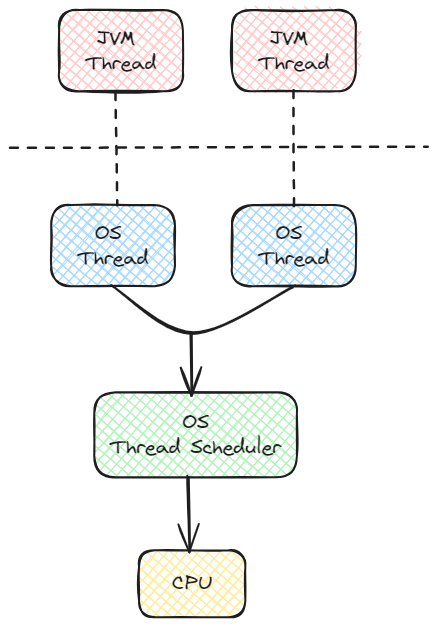
swaroopar/inprogress-engineer keeps this Excalidraw diagram as static/img/java-thread-os-thread.excalidraw.png. Above is the earlier version. Source tidied: one line per element, renumbered; positions are measured from the earlier drawing's top-left corner, leaving out a move shared by most shapes. The source it was exported from:
```json
{"id": 0, "type": "rectangle", "strokeColor": "#1e1e1e", "backgroundColor": "#ffc9c9", "fillStyle": "cross-hatch", "strokeWidth": 2, "roughness": 1, "round": true, "x": 49, "y": 0, "width": 124, "height": 81}
{"id": 1, "type": "text", "text": "JVM \nThread", "strokeColor": "#1e1e1e", "strokeWidth": 2, "roughness": 1, "fontSize": 20, "fontFamily": 1, "textAlign": "center", "verticalAlign": "middle", "inside": 0, "x": 76, "y": 16, "width": 70, "height": 50}
{"id": 2, "type": "line", "strokeColor": "#1e1e1e", "strokeWidth": 2, "strokeStyle": "dashed", "roughness": 1, "round": true, "x": 0, "y": 138, "width": 419, "height": 0, "points": [[0, 0], [419, 0]]}
{"id": 3, "type": "rectangle", "strokeColor": "#1e1e1e", "backgroundColor": "#a5d8ff", "fillStyle": "cross-hatch", "strokeWidth": 2, "roughness": 1, "round": true, "x": 41, "y": 195, "width": 124, "height": 81}
{"id": 4, "type": "text", "text": "OS \nThread", "strokeColor": "#1e1e1e", "strokeWidth": 2, "roughness": 1, "fontSize": 20, "fontFamily": 1, "textAlign": "center", "verticalAlign": "middle", "inside": 3, "x": 68, "y": 211, "width": 70, "height": 50}
{"id": 5, "type": "rectangle", "strokeColor": "#1e1e1e", "backgroundColor": "#ffc9c9", "fillStyle": "cross-hatch", "strokeWidth": 2, "roughness": 1, "round": true, "x": 222, "y": 0, "width": 124, "height": 81}
{"id": 6, "type": "text", "text": "JVM \nThread", "strokeColor": "#1e1e1e", "strokeWidth": 2, "roughness": 1, "fontSize": 20, "fontFamily": 1, "textAlign": "center", "verticalAlign": "middle", "inside": 5, "x": 249, "y": 16, "width": 70, "height": 50}
{"id": 7, "type": "rectangle", "strokeColor": "#1e1e1e", "backgroundColor": "#a5d8ff", "fillStyle": "cross-hatch", "strokeWidth": 2, "roughness": 1, "round": true, "x": 222, "y": 195, "width": 124, "height": 81}
{"id": 8, "type": "text", "text": "OS \nThread", "strokeColor": "#1e1e1e", "strokeWidth": 2, "roughness": 1, "fontSize": 20, "fontFamily": 1, "textAlign": "center", "verticalAlign": "middle", "inside": 7, "x": 249, "y": 211, "width": 70, "height": 50}
{"id": 9, "type": "line", "strokeColor": "#1e1e1e", "strokeWidth": 2, "strokeStyle": "dashed", "roughness": 1, "round": true, "x": 107, "y": 82, "width": 0, "height": 113, "points": [[0, 0], [0, 113]]}
{"id": 10, "type": "line", "strokeColor": "#1e1e1e", "strokeWidth": 2, "strokeStyle": "dashed", "roughness": 1, "round": true, "x": 285, "y": 81, "width": 0, "height": 115, "points": [[0, 0], [0, 115]]}
{"id": 11, "type": "arrow", "strokeColor": "#1e1e1e", "strokeWidth": 2, "roughness": 1, "round": true, "from": 3, "to": 7, "x": 102, "y": 277, "width": 182, "height": 46, "points": [[0, 0], [81, 46], [182, 0]]}
{"id": 12, "type": "rectangle", "strokeColor": "#1e1e1e", "backgroundColor": "#b2f2bb", "fillStyle": "cross-hatch", "strokeWidth": 2, "roughness": 1, "round": true, "x": 84, "y": 382, "width": 203, "height": 85}
{"id": 13, "type": "text", "text": "OS\nThread Scheduler", "strokeColor": "#1e1e1e", "strokeWidth": 2, "roughness": 1, "fontSize": 20, "fontFamily": 1, "textAlign": "center", "verticalAlign": "middle", "inside": 12, "x": 100, "y": 400, "width": 171, "height": 50}
{"id": 14, "type": "arrow", "strokeColor": "#1e1e1e", "strokeWidth": 2, "roughness": 1, "endArrowhead": "arrow", "round": true, "x": 182, "y": 324, "width": 0, "height": 61, "points": [[0, 0], [0, 61]]}
{"id": 15, "type": "rectangle", "strokeColor": "#1e1e1e", "backgroundColor": "#ffec99", "fillStyle": "cross-hatch", "strokeWidth": 2, "roughness": 1, "round": true, "x": 129, "y": 540, "width": 106, "height": 67}
{"id": 16, "type": "text", "text": "CPU", "strokeColor": "#1e1e1e", "strokeWidth": 2, "roughness": 1, "fontSize": 20, "fontFamily": 1, "textAlign": "center", "verticalAlign": "middle", "inside": 15, "x": 162, "y": 561, "width": 40, "height": 25}
{"id": 17, "type": "arrow", "strokeColor": "#1e1e1e", "strokeWidth": 2, "roughness": 1, "endArrowhead": "arrow", "round": true, "x": 179, "y": 468, "width": 0, "height": 74, "points": [[0, 0], [0, 74]]}
```
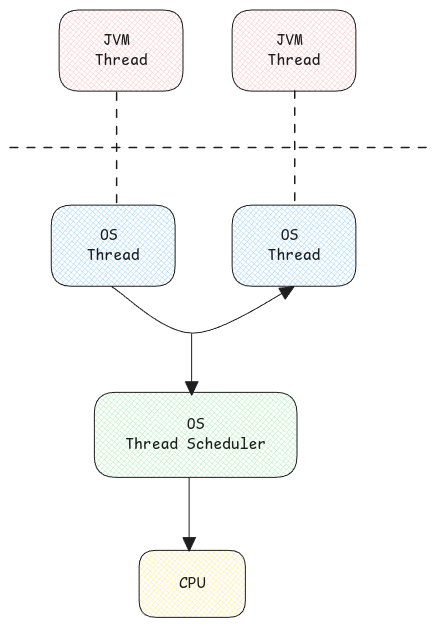
Above is the later version.

Diff of the diagram source:
```diff
@@ -1,18 +1,18 @@
-{"id": 0, "type": "rectangle", "strokeColor": "#1e1e1e", "backgroundColor": "#ffc9c9", "fillStyle": "cross-hatch", "strokeWidth": 2, "roughness": 1, "round": true, "x": 49, "y": 0, "width": 124, "height": 81}
+{"id": 0, "type": "rectangle", "strokeColor": "#1e1e1e", "backgroundColor": "#ffc9c9", "fillStyle": "cross-hatch", "strokeWidth": 1, "roughness": 0, "round": true, "x": 49, "y": 0, "width": 124, "height": 81}
-{"id": 1, "type": "text", "text": "JVM \nThread", "strokeColor": "#1e1e1e", "strokeWidth": 2, "roughness": 1, "fontSize": 20, "fontFamily": 1, "textAlign": "center", "verticalAlign": "middle", "inside": 0, "x": 76, "y": 16, "width": 70, "height": 50}
+{"id": 1, "type": "text", "text": "JVM \nThread", "strokeColor": "#1e1e1e", "strokeWidth": 2, "roughness": 1, "fontSize": 16, "fontFamily": 8, "textAlign": "center", "verticalAlign": "middle", "inside": 0, "x": 85, "y": 21, "width": 53, "height": 40}
-{"id": 2, "type": "line", "strokeColor": "#1e1e1e", "strokeWidth": 2, "strokeStyle": "dashed", "roughness": 1, "round": true, "x": 0, "y": 138, "width": 419, "height": 0, "points": [[0, 0], [419, 0]]}
+{"id": 2, "type": "line", "strokeColor": "#1e1e1e", "strokeWidth": 1, "strokeStyle": "dashed", "roughness": 0, "endArrowhead": "triangle", "round": true, "x": 0, "y": 138, "width": 419, "height": 0, "points": [[0, 0], [419, 0]]}
-{"id": 3, "type": "rectangle", "strokeColor": "#1e1e1e", "backgroundColor": "#a5d8ff", "fillStyle": "cross-hatch", "strokeWidth": 2, "roughness": 1, "round": true, "x": 41, "y": 195, "width": 124, "height": 81}
+{"id": 3, "type": "rectangle", "strokeColor": "#1e1e1e", "backgroundColor": "#a5d8ff", "fillStyle": "cross-hatch", "strokeWidth": 1, "roughness": 0, "round": true, "x": 41, "y": 195, "width": 124, "height": 81}
-{"id": 4, "type": "text", "text": "OS \nThread", "strokeColor": "#1e1e1e", "strokeWidth": 2, "roughness": 1, "fontSize": 20, "fontFamily": 1, "textAlign": "center", "verticalAlign": "middle", "inside": 3, "x": 68, "y": 211, "width": 70, "height": 50}
+{"id": 4, "type": "text", "text": "OS \nThread", "strokeColor": "#1e1e1e", "strokeWidth": 2, "roughness": 1, "fontSize": 16, "fontFamily": 8, "textAlign": "center", "verticalAlign": "middle", "inside": 3, "x": 77, "y": 216, "width": 53, "height": 40}
-{"id": 5, "type": "rectangle", "strokeColor": "#1e1e1e", "backgroundColor": "#ffc9c9", "fillStyle": "cross-hatch", "strokeWidth": 2, "roughness": 1, "round": true, "x": 222, "y": 0, "width": 124, "height": 81}
+{"id": 5, "type": "rectangle", "strokeColor": "#1e1e1e", "backgroundColor": "#ffc9c9", "fillStyle": "cross-hatch", "strokeWidth": 1, "roughness": 0, "round": true, "x": 222, "y": 0, "width": 124, "height": 81}
-{"id": 6, "type": "text", "text": "JVM \nThread", "strokeColor": "#1e1e1e", "strokeWidth": 2, "roughness": 1, "fontSize": 20, "fontFamily": 1, "textAlign": "center", "verticalAlign": "middle", "inside": 5, "x": 249, "y": 16, "width": 70, "height": 50}
+{"id": 6, "type": "text", "text": "JVM \nThread", "strokeColor": "#1e1e1e", "strokeWidth": 2, "roughness": 1, "fontSize": 16, "fontFamily": 8, "textAlign": "center", "verticalAlign": "middle", "inside": 5, "x": 258, "y": 21, "width": 53, "height": 40}
-{"id": 7, "type": "rectangle", "strokeColor": "#1e1e1e", "backgroundColor": "#a5d8ff", "fillStyle": "cross-hatch", "strokeWidth": 2, "roughness": 1, "round": true, "x": 222, "y": 195, "width": 124, "height": 81}
+{"id": 7, "type": "rectangle", "strokeColor": "#1e1e1e", "backgroundColor": "#a5d8ff", "fillStyle": "cross-hatch", "strokeWidth": 1, "roughness": 0, "round": true, "x": 222, "y": 195, "width": 124, "height": 81}
-{"id": 8, "type": "text", "text": "OS \nThread", "strokeColor": "#1e1e1e", "strokeWidth": 2, "roughness": 1, "fontSize": 20, "fontFamily": 1, "textAlign": "center", "verticalAlign": "middle", "inside": 7, "x": 249, "y": 211, "width": 70, "height": 50}
+{"id": 8, "type": "text", "text": "OS \nThread", "strokeColor": "#1e1e1e", "strokeWidth": 2, "roughness": 1, "fontSize": 16, "fontFamily": 8, "textAlign": "center", "verticalAlign": "middle", "inside": 7, "x": 258, "y": 216, "width": 53, "height": 40}
-{"id": 9, "type": "line", "strokeColor": "#1e1e1e", "strokeWidth": 2, "strokeStyle": "dashed", "roughness": 1, "round": true, "x": 107, "y": 82, "width": 0, "height": 113, "points": [[0, 0], [0, 113]]}
+{"id": 9, "type": "line", "strokeColor": "#1e1e1e", "strokeWidth": 1, "strokeStyle": "dashed", "roughness": 0, "endArrowhead": "triangle", "round": true, "x": 107, "y": 82, "width": 0, "height": 113, "points": [[0, 0], [0, 113]]}
-{"id": 10, "type": "line", "strokeColor": "#1e1e1e", "strokeWidth": 2, "strokeStyle": "dashed", "roughness": 1, "round": true, "x": 285, "y": 81, "width": 0, "height": 115, "points": [[0, 0], [0, 115]]}
+{"id": 10, "type": "line", "strokeColor": "#1e1e1e", "strokeWidth": 1, "strokeStyle": "dashed", "roughness": 0, "endArrowhead": "triangle", "round": true, "x": 285, "y": 81, "width": 0, "height": 115, "points": [[0, 0], [0, 115]]}
-{"id": 11, "type": "arrow", "strokeColor": "#1e1e1e", "strokeWidth": 2, "roughness": 1, "round": true, "from": 3, "to": 7, "x": 102, "y": 277, "width": 182, "height": 46, "points": [[0, 0], [81, 46], [182, 0]]}
+{"id": 11, "type": "arrow", "strokeColor": "#1e1e1e", "strokeWidth": 1, "roughness": 0, "endArrowhead": "triangle", "round": true, "from": 3, "to": 7, "x": 102, "y": 277, "width": 182, "height": 46, "points": [[0, 0], [81, 46], [182, 0]]}
-{"id": 12, "type": "rectangle", "strokeColor": "#1e1e1e", "backgroundColor": "#b2f2bb", "fillStyle": "cross-hatch", "strokeWidth": 2, "roughness": 1, "round": true, "x": 84, "y": 382, "width": 203, "height": 85}
+{"id": 12, "type": "rectangle", "strokeColor": "#1e1e1e", "backgroundColor": "#b2f2bb", "fillStyle": "cross-hatch", "strokeWidth": 1, "roughness": 0, "round": true, "x": 84, "y": 382, "width": 203, "height": 85}
-{"id": 13, "type": "text", "text": "OS\nThread Scheduler", "strokeColor": "#1e1e1e", "strokeWidth": 2, "roughness": 1, "fontSize": 20, "fontFamily": 1, "textAlign": "center", "verticalAlign": "middle", "inside": 12, "x": 100, "y": 400, "width": 171, "height": 50}
+{"id": 13, "type": "text", "text": "OS\nThread Scheduler", "strokeColor": "#1e1e1e", "strokeWidth": 2, "roughness": 1, "fontSize": 16, "fontFamily": 8, "textAlign": "center", "verticalAlign": "middle", "inside": 12, "x": 115, "y": 405, "width": 141, "height": 40}
-{"id": 14, "type": "arrow", "strokeColor": "#1e1e1e", "strokeWidth": 2, "roughness": 1, "endArrowhead": "arrow", "round": true, "x": 182, "y": 324, "width": 0, "height": 61, "points": [[0, 0], [0, 61]]}
+{"id": 14, "type": "arrow", "strokeColor": "#1e1e1e", "strokeWidth": 1, "roughness": 0, "endArrowhead": "triangle", "round": true, "x": 182, "y": 324, "width": 0, "height": 61, "points": [[0, 0], [0, 61]]}
-{"id": 15, "type": "rectangle", "strokeColor": "#1e1e1e", "backgroundColor": "#ffec99", "fillStyle": "cross-hatch", "strokeWidth": 2, "roughness": 1, "round": true, "x": 129, "y": 540, "width": 106, "height": 67}
+{"id": 15, "type": "rectangle", "strokeColor": "#1e1e1e", "backgroundColor": "#ffec99", "fillStyle": "cross-hatch", "strokeWidth": 1, "roughness": 0, "round": true, "x": 129, "y": 540, "width": 106, "height": 67}
-{"id": 16, "type": "text", "text": "CPU", "strokeColor": "#1e1e1e", "strokeWidth": 2, "roughness": 1, "fontSize": 20, "fontFamily": 1, "textAlign": "center", "verticalAlign": "middle", "inside": 15, "x": 162, "y": 561, "width": 40, "height": 25}
+{"id": 16, "type": "text", "text": "CPU", "strokeColor": "#1e1e1e", "strokeWidth": 2, "roughness": 1, "fontSize": 16, "fontFamily": 8, "textAlign": "center", "verticalAlign": "middle", "inside": 15, "x": 169, "y": 564, "width": 26, "height": 20}
-{"id": 17, "type": "arrow", "strokeColor": "#1e1e1e", "strokeWidth": 2, "roughness": 1, "endArrowhead": "arrow", "round": true, "x": 179, "y": 468, "width": 0, "height": 74, "points": [[0, 0], [0, 74]]}
+{"id": 17, "type": "arrow", "strokeColor": "#1e1e1e", "strokeWidth": 1, "roughness": 0, "endArrowhead": "triangle", "round": true, "x": 179, "y": 468, "width": 0, "height": 74, "points": [[0, 0], [0, 74]]}
```
